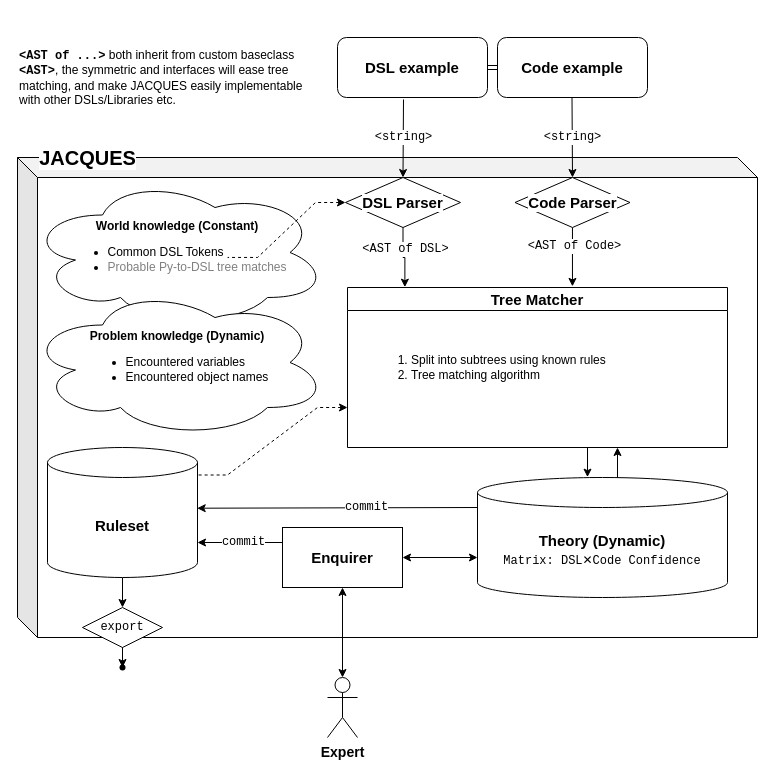
The draw.io diagram documentation/Untitled Diagram.drawio in Goshagosha/Jacques, before the edit. Source tidied: cells renumbered, new cells numbered last; positions are measured from the earlier drawing's top-left corner, leaving out a move shared by most shapes. Both pictures are drawn from the tidied source at 100%, with x=0, y=0 at pixel (17, 17). Pictures stored in the file or linked from it are replaced by grey dashed boxes.
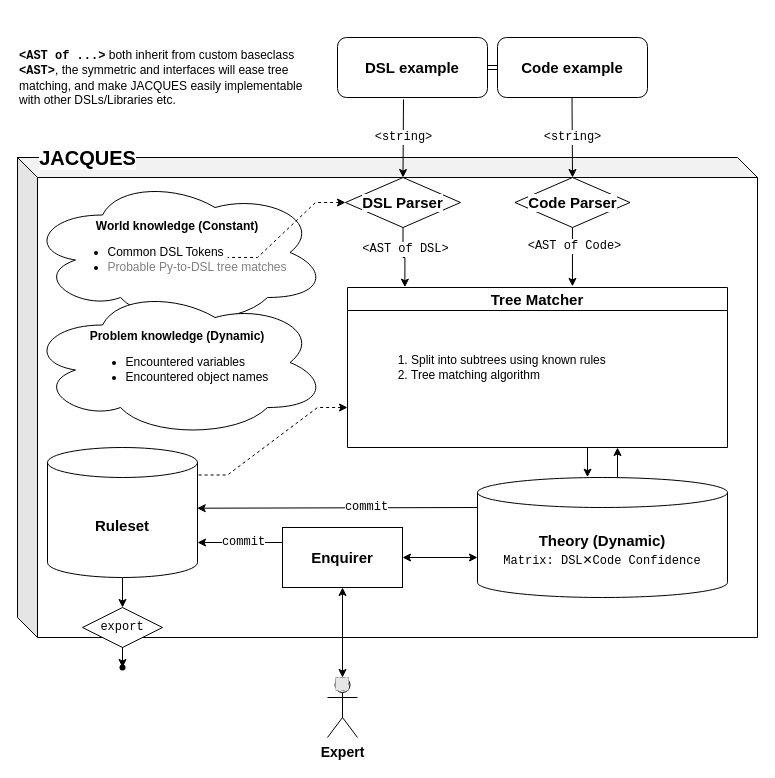
After the change.

Commit message:
Added glasses to the expert

Change to the diagram source:
```diff
@@
+    <mxCell id="39" style="fillColor=#E6E6E6;strokeColor=#999999;dashed=1;html=1;verticalAlign=top;verticalLabelPosition=bottom;labelBackgroundColor=#ffffff;fontFamily=Helvetica;fontSize=12;fontColor=#000000;" parent="1" vertex="1">
+      <mxGeometry x="318" y="660" width="13" height="13" as="geometry" />
+    </mxCell>
```
